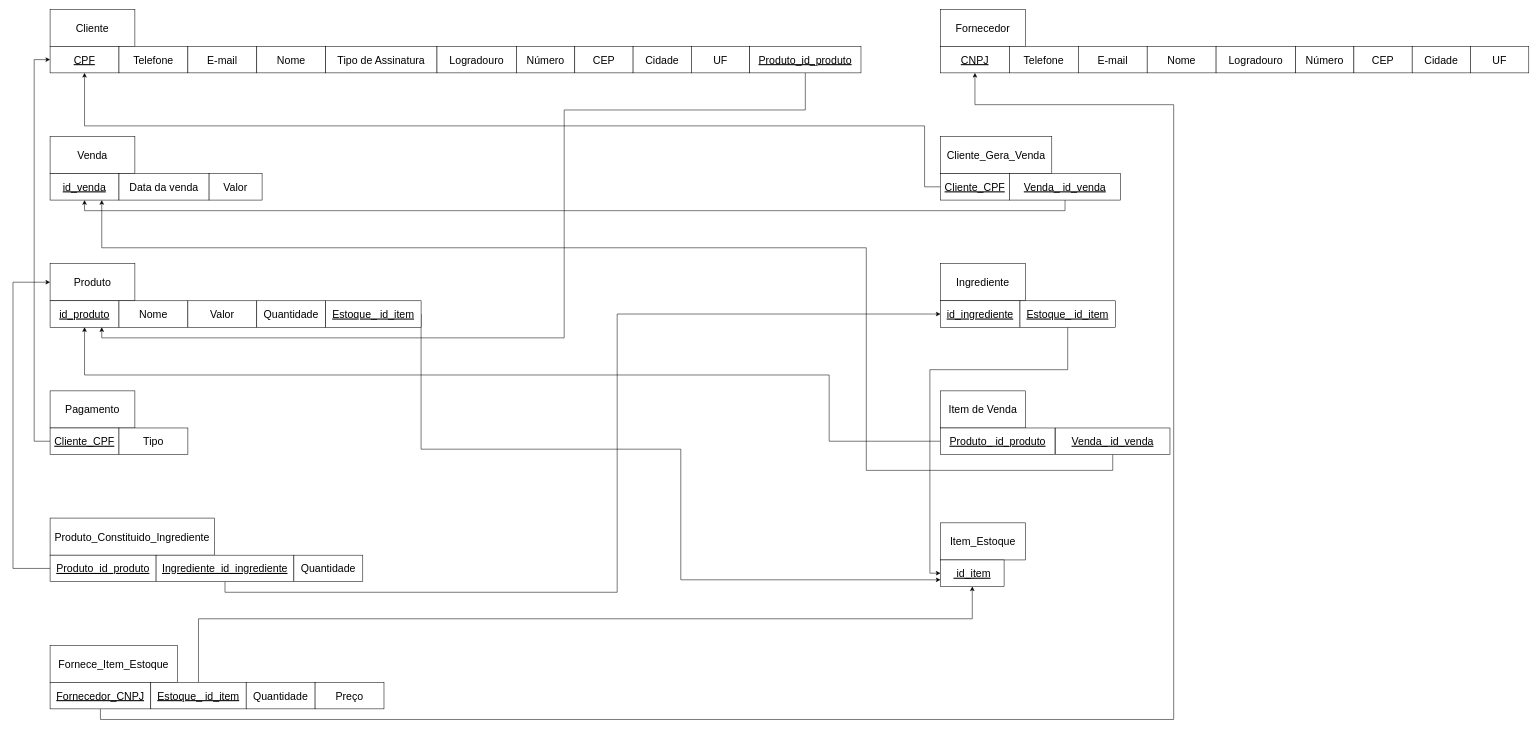
Before: lib/Mapeamento-padaria.drawio in GustavoBastos04/Sistema-de-padaria, a draw.io diagram. Source tidied: cells renumbered, new cells numbered last; positions are measured from the earlier drawing's top-left corner, leaving out a move shared by most shapes. Both pictures are drawn from the tidied source at 53%, with x=0, y=0 at pixel (13, 9).
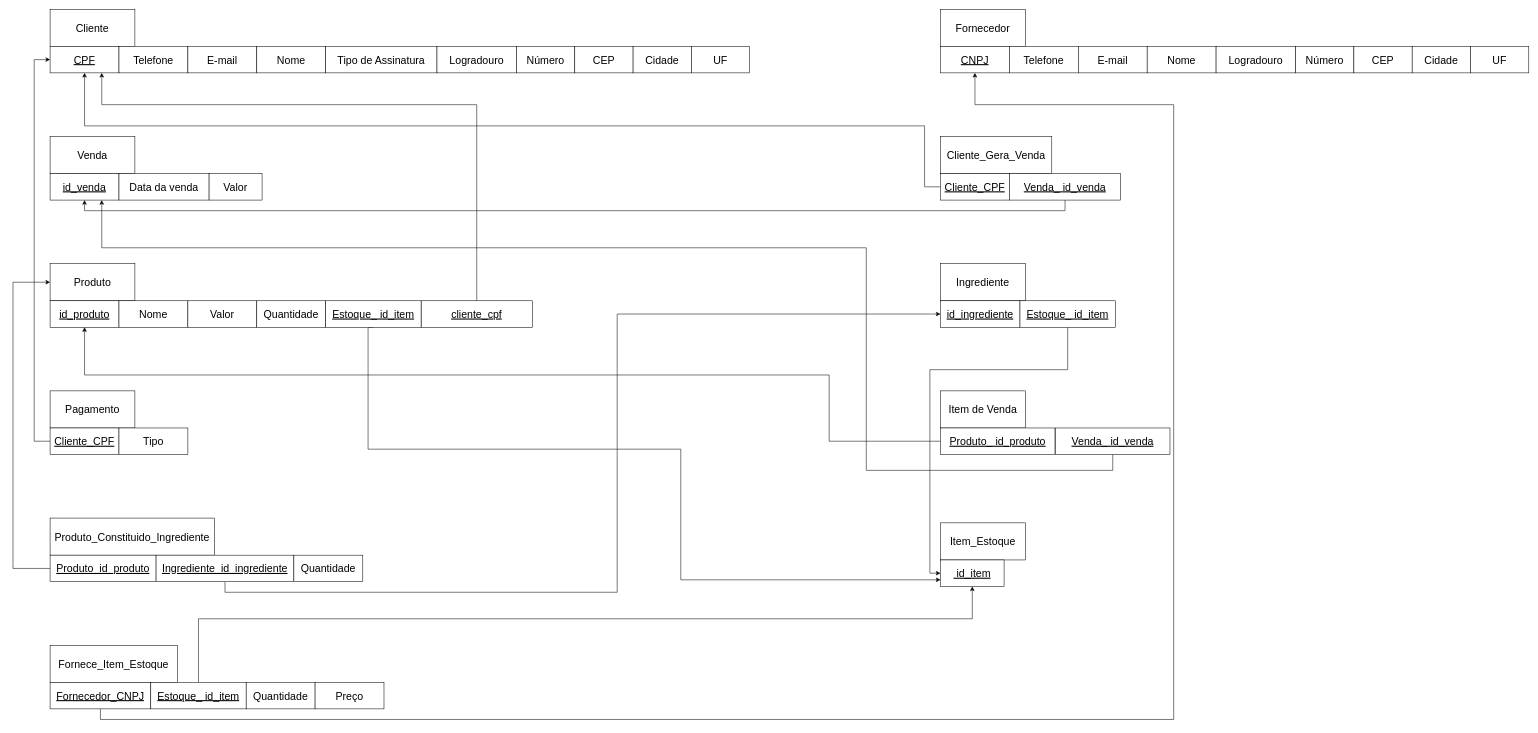
The same diagram, later.

Unchanged cells that the change refers to:
```xml
<mxCell id="3" value="&lt;font style=&quot;font-size: 20px;&quot;&gt;&lt;u&gt;CPF&lt;/u&gt;&lt;/font&gt;" style="rounded=0;whiteSpace=wrap;html=1;" parent="1" vertex="1">
  <mxGeometry x="70" y="70" width="130" height="50" as="geometry" />
</mxCell>
<mxCell id="13" value="&lt;font style=&quot;font-size: 20px;&quot;&gt;&lt;u&gt;id_produto&lt;/u&gt;&lt;/font&gt;" style="rounded=0;whiteSpace=wrap;html=1;" parent="1" vertex="1">
  <mxGeometry x="70" y="550" width="130" height="50" as="geometry" />
</mxCell>
<mxCell id="55" value="&lt;font style=&quot;font-size: 20px;&quot;&gt;&lt;u&gt;&amp;nbsp;id_item&lt;/u&gt;&lt;/font&gt;" style="rounded=0;whiteSpace=wrap;html=1;" parent="1" vertex="1">
  <mxGeometry x="1750" y="1039" width="120" height="50" as="geometry" />
</mxCell>
<mxCell id="59" value="&lt;font style=&quot;font-size: 20px;&quot;&gt;&lt;u&gt;Estoque_ id_item&lt;/u&gt;&lt;/font&gt;" style="rounded=0;whiteSpace=wrap;html=1;" parent="1" vertex="1">
  <mxGeometry x="590" y="550" width="180" height="50" as="geometry" />
</mxCell>
```

Change to the diagram source:
```diff
@@
-    <mxCell id="41" style="edgeStyle=orthogonalEdgeStyle;rounded=0;jettySize=auto;html=1;exitX=0.5;exitY=1;exitDx=0;exitDy=0;entryX=0.75;entryY=1;entryDx=0;entryDy=0;" parent="1" edge="1" source="42" target="13">
-      <mxGeometry relative="1" as="geometry">
-        <Array as="points">
-          <mxPoint x="1495" y="190" />
-          <mxPoint x="1040" y="190" />
-          <mxPoint x="1040" y="620" />
-          <mxPoint x="168" y="620" />
-        </Array>
-      </mxGeometry>
-    </mxCell>
+    <mxCell id="69" style="edgeStyle=orthogonalEdgeStyle;rounded=0;jettySize=auto;html=1;exitX=0.5;exitY=0;exitDx=0;exitDy=0;entryX=0.75;entryY=1;entryDx=0;entryDy=0;" parent="1" edge="1" source="42" target="3">
+      <mxGeometry relative="1" as="geometry">
+        <Array as="points">
+          <mxPoint x="875" y="180" />
+          <mxPoint x="167" y="180" />
+        </Array>
+      </mxGeometry>
+    </mxCell>
-    <mxCell id="42" value="&lt;font style=&quot;font-size: 20px;&quot;&gt;&lt;u&gt;Produto_id_produto&lt;/u&gt;&lt;/font&gt;" style="rounded=0;whiteSpace=wrap;html=1;" parent="1" vertex="1">
-      <mxGeometry x="1390" y="70" width="210" height="50" as="geometry" />
+    <mxCell id="42" value="&lt;font style=&quot;font-size: 20px;&quot;&gt;&lt;u&gt;cliente_cpf&lt;/u&gt;&lt;/font&gt;" style="rounded=0;whiteSpace=wrap;html=1;" parent="1" vertex="1">
+      <mxGeometry x="770" y="550" width="210" height="50" as="geometry" />
     </mxCell>
@@
-    <mxCell id="58" style="edgeStyle=orthogonalEdgeStyle;rounded=0;jettySize=auto;html=1;exitX=1;exitY=0.5;exitDx=0;exitDy=0;entryX=0;entryY=0.75;entryDx=0;entryDy=0;" parent="1" edge="1" source="59" target="55">
+    <mxCell id="58" style="edgeStyle=orthogonalEdgeStyle;rounded=0;jettySize=auto;html=1;exitX=0.5;exitY=1;exitDx=0;exitDy=0;entryX=0;entryY=0.75;entryDx=0;entryDy=0;" parent="1" edge="1" source="59" target="55">
       <mxGeometry relative="1" as="geometry">
         <Array as="points">
-          <mxPoint x="770" y="830" />
+          <mxPoint x="670" y="600" />
+          <mxPoint x="670" y="830" />
           <mxPoint x="1260" y="830" />
-          <mxPoint x="1260" y="1076" />
+          <mxPoint x="1260" y="1077" />
         </Array>
       </mxGeometry>
     </mxCell>
```
